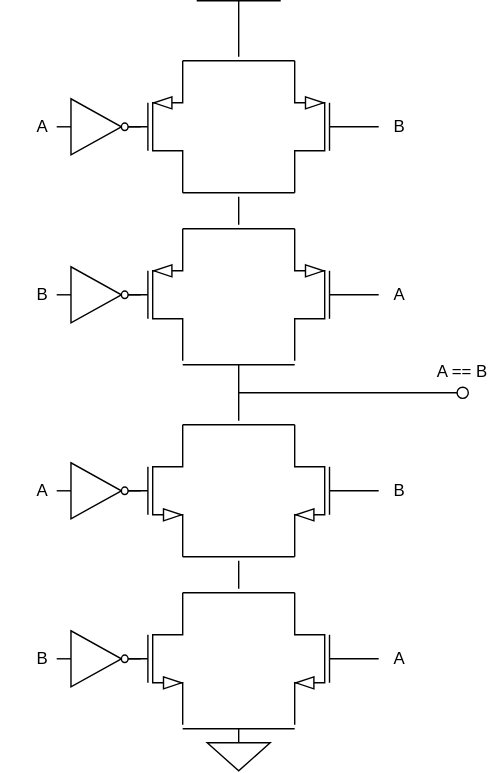
Earlier version of the draw.io export drawio/12_xnor.drawio.svg (cd-public/hw_asm). Source tidied: cells renumbered, new cells last; positions are measured from the earlier drawing's top-left corner, leaving out a move shared by most shapes. The source it was exported from:
```xml
<mxGraphModel>
  <root>
    <mxCell id="0" />
    <mxCell id="1" parent="0" />
    <mxCell id="2" style="verticalLabelPosition=bottom;shadow=0;dashed=0;align=center;html=1;verticalAlign=top;shape=mxgraph.electrical.transistors.nmos;" parent="1" vertex="1">
      <mxGeometry x="70" y="420" width="60" height="100" as="geometry" />
    </mxCell>
    <mxCell id="3" style="verticalLabelPosition=bottom;shadow=0;dashed=0;align=center;html=1;verticalAlign=top;shape=mxgraph.electrical.transistors.nmos;" parent="1" vertex="1">
      <mxGeometry x="70" y="300" width="60" height="100" as="geometry" />
    </mxCell>
    <mxCell id="4" style="verticalLabelPosition=top;verticalAlign=bottom;shape=mxgraph.electrical.signal_sources.vdd;shadow=0;dashed=0;align=center;strokeWidth=1;fontSize=24;html=1;flipV=1;legacyAnchorPoints=0;" parent="1" vertex="1">
      <mxGeometry x="140" width="60" height="40" as="geometry" />
    </mxCell>
    <mxCell id="5" style="verticalLabelPosition=bottom;shadow=0;dashed=0;align=center;html=1;verticalAlign=top;shape=mxgraph.electrical.transistors.pmos;" parent="1" vertex="1">
      <mxGeometry x="70" y="40" width="60" height="100" as="geometry" />
    </mxCell>
    <mxCell id="6" style="verticalLabelPosition=bottom;shadow=0;dashed=0;align=center;html=1;verticalAlign=top;shape=mxgraph.electrical.transistors.pmos;" parent="1" vertex="1">
      <mxGeometry x="70" y="160" width="60" height="100" as="geometry" />
    </mxCell>
    <mxCell id="7" style="verticalLabelPosition=bottom;shadow=0;dashed=0;align=center;html=1;verticalAlign=top;shape=mxgraph.electrical.transistors.pmos;flipH=1;legacyAnchorPoints=0;" parent="1" vertex="1">
      <mxGeometry x="210" y="40" width="60" height="100" as="geometry" />
    </mxCell>
    <mxCell id="8" style="verticalLabelPosition=bottom;shadow=0;dashed=0;align=center;html=1;verticalAlign=top;shape=mxgraph.electrical.transistors.pmos;flipH=1;legacyAnchorPoints=0;" parent="1" vertex="1">
      <mxGeometry x="210" y="160" width="60" height="100" as="geometry" />
    </mxCell>
    <mxCell id="9" style="verticalLabelPosition=bottom;shadow=0;dashed=0;align=center;html=1;verticalAlign=top;shape=mxgraph.electrical.logic_gates.inverter_2;" parent="1" vertex="1">
      <mxGeometry x="40" y="70" width="60" height="40" as="geometry" />
    </mxCell>
    <mxCell id="10" style="verticalLabelPosition=bottom;shadow=0;dashed=0;align=center;html=1;verticalAlign=top;shape=mxgraph.electrical.logic_gates.inverter_2;" parent="1" vertex="1">
      <mxGeometry x="40" y="190" width="60" height="40" as="geometry" />
    </mxCell>
    <mxCell id="11" style="endArrow=none;html=1;rounded=0;fontSize=12;startSize=8;endSize=8;curved=1;entryX=1;entryY=0;entryDx=0;entryDy=0;entryPerimeter=0;exitX=1;exitY=0;exitDx=0;exitDy=0;exitPerimeter=0;" parent="1" edge="1" source="5" target="7">
      <mxGeometry relative="1" as="geometry" />
    </mxCell>
    <mxCell id="12" value="A" style="text;html=1;whiteSpace=wrap;strokeColor=none;fillColor=none;align=center;verticalAlign=middle;rounded=0;" parent="1" vertex="1">
      <mxGeometry y="75" width="60" height="30" as="geometry" />
    </mxCell>
    <mxCell id="13" value="B" style="text;html=1;whiteSpace=wrap;strokeColor=none;fillColor=none;align=center;verticalAlign=middle;rounded=0;" parent="1" vertex="1">
      <mxGeometry y="195" width="60" height="30" as="geometry" />
    </mxCell>
    <mxCell id="14" value="A" style="text;html=1;whiteSpace=wrap;strokeColor=none;fillColor=none;align=center;verticalAlign=middle;rounded=0;" parent="1" vertex="1">
      <mxGeometry x="255" y="195" width="60" height="30" as="geometry" />
    </mxCell>
    <mxCell id="15" value="B" style="text;html=1;whiteSpace=wrap;strokeColor=none;fillColor=none;align=center;verticalAlign=middle;rounded=0;" parent="1" vertex="1">
      <mxGeometry x="255" y="75" width="60" height="30" as="geometry" />
    </mxCell>
    <mxCell id="16" style="endArrow=none;html=1;rounded=0;fontSize=12;startSize=8;endSize=8;curved=1;entryX=1;entryY=1;entryDx=0;entryDy=0;entryPerimeter=0;exitX=1;exitY=1;exitDx=0;exitDy=0;exitPerimeter=0;" parent="1" edge="1" source="5" target="7">
      <mxGeometry relative="1" as="geometry" />
    </mxCell>
    <mxCell id="17" style="endArrow=none;html=1;rounded=0;fontSize=12;startSize=8;endSize=8;curved=1;exitX=1;exitY=0;exitDx=0;exitDy=0;exitPerimeter=0;entryX=1;entryY=0;entryDx=0;entryDy=0;entryPerimeter=0;" parent="1" edge="1" source="6" target="8">
      <mxGeometry relative="1" as="geometry" />
    </mxCell>
    <mxCell id="18" style="endArrow=none;html=1;rounded=0;fontSize=12;startSize=8;endSize=8;curved=1;" parent="1" edge="1">
      <mxGeometry relative="1" as="geometry">
        <mxPoint x="170" y="160" as="sourcePoint" />
        <mxPoint x="170" y="140" as="targetPoint" />
      </mxGeometry>
    </mxCell>
    <mxCell id="19" style="endArrow=none;html=1;rounded=0;fontSize=12;startSize=8;endSize=8;curved=1;exitX=1;exitY=0;exitDx=0;exitDy=0;exitPerimeter=0;entryX=1;entryY=0;entryDx=0;entryDy=0;entryPerimeter=0;" parent="1" edge="1">
      <mxGeometry relative="1" as="geometry">
        <mxPoint x="130" y="260" as="sourcePoint" />
        <mxPoint x="210" y="260" as="targetPoint" />
      </mxGeometry>
    </mxCell>
    <mxCell id="20" style="verticalLabelPosition=bottom;shadow=0;dashed=0;align=center;html=1;verticalAlign=top;shape=mxgraph.electrical.logic_gates.inverter_2;" parent="1" vertex="1">
      <mxGeometry x="40" y="330" width="60" height="40" as="geometry" />
    </mxCell>
    <mxCell id="21" style="verticalLabelPosition=bottom;shadow=0;dashed=0;align=center;html=1;verticalAlign=top;shape=mxgraph.electrical.logic_gates.inverter_2;" parent="1" vertex="1">
      <mxGeometry x="40" y="450" width="60" height="40" as="geometry" />
    </mxCell>
    <mxCell id="22" style="endArrow=none;html=1;rounded=0;fontSize=12;startSize=8;endSize=8;curved=1;entryX=1;entryY=0;entryDx=0;entryDy=0;entryPerimeter=0;exitX=1;exitY=0;exitDx=0;exitDy=0;exitPerimeter=0;" parent="1" edge="1">
      <mxGeometry relative="1" as="geometry">
        <mxPoint x="130" y="302.9" as="sourcePoint" />
        <mxPoint x="210" y="302.9" as="targetPoint" />
      </mxGeometry>
    </mxCell>
    <mxCell id="23" value="A" style="text;html=1;whiteSpace=wrap;strokeColor=none;fillColor=none;align=center;verticalAlign=middle;rounded=0;" parent="1" vertex="1">
      <mxGeometry y="335" width="60" height="30" as="geometry" />
    </mxCell>
    <mxCell id="24" value="B" style="text;html=1;whiteSpace=wrap;strokeColor=none;fillColor=none;align=center;verticalAlign=middle;rounded=0;" parent="1" vertex="1">
      <mxGeometry y="455" width="60" height="30" as="geometry" />
    </mxCell>
    <mxCell id="25" value="A" style="text;html=1;whiteSpace=wrap;strokeColor=none;fillColor=none;align=center;verticalAlign=middle;rounded=0;" parent="1" vertex="1">
      <mxGeometry x="255" y="455" width="60" height="30" as="geometry" />
    </mxCell>
    <mxCell id="26" value="B" style="text;html=1;whiteSpace=wrap;strokeColor=none;fillColor=none;align=center;verticalAlign=middle;rounded=0;" parent="1" vertex="1">
      <mxGeometry x="255" y="335" width="60" height="30" as="geometry" />
    </mxCell>
    <mxCell id="27" style="endArrow=none;html=1;rounded=0;fontSize=12;startSize=8;endSize=8;curved=1;entryX=1;entryY=1;entryDx=0;entryDy=0;entryPerimeter=0;exitX=1;exitY=1;exitDx=0;exitDy=0;exitPerimeter=0;" parent="1" edge="1">
      <mxGeometry relative="1" as="geometry">
        <mxPoint x="130" y="397.1" as="sourcePoint" />
        <mxPoint x="210" y="397.1" as="targetPoint" />
      </mxGeometry>
    </mxCell>
    <mxCell id="28" style="endArrow=none;html=1;rounded=0;fontSize=12;startSize=8;endSize=8;curved=1;exitX=1;exitY=0;exitDx=0;exitDy=0;exitPerimeter=0;entryX=1;entryY=0;entryDx=0;entryDy=0;entryPerimeter=0;" parent="1" edge="1">
      <mxGeometry relative="1" as="geometry">
        <mxPoint x="130" y="422.9" as="sourcePoint" />
        <mxPoint x="210" y="422.9" as="targetPoint" />
      </mxGeometry>
    </mxCell>
    <mxCell id="29" style="endArrow=none;html=1;rounded=0;fontSize=12;startSize=8;endSize=8;curved=1;" parent="1" edge="1">
      <mxGeometry relative="1" as="geometry">
        <mxPoint x="170" y="420" as="sourcePoint" />
        <mxPoint x="170" y="400" as="targetPoint" />
      </mxGeometry>
    </mxCell>
    <mxCell id="30" style="endArrow=none;html=1;rounded=0;fontSize=12;startSize=8;endSize=8;curved=1;exitX=1;exitY=0;exitDx=0;exitDy=0;exitPerimeter=0;entryX=1;entryY=0;entryDx=0;entryDy=0;entryPerimeter=0;" parent="1" edge="1">
      <mxGeometry relative="1" as="geometry">
        <mxPoint x="130" y="520" as="sourcePoint" />
        <mxPoint x="210" y="520" as="targetPoint" />
      </mxGeometry>
    </mxCell>
    <mxCell id="31" style="verticalLabelPosition=bottom;shadow=0;dashed=0;align=center;html=1;verticalAlign=top;shape=mxgraph.electrical.signal_sources.signal_ground;" parent="1" vertex="1">
      <mxGeometry x="147.5" y="520" width="45" height="30" as="geometry" />
    </mxCell>
    <mxCell id="32" style="verticalLabelPosition=bottom;shadow=0;dashed=0;align=center;html=1;verticalAlign=top;shape=mxgraph.electrical.transistors.nmos;flipH=1;legacyAnchorPoints=0;" parent="1" vertex="1">
      <mxGeometry x="210" y="300" width="60" height="100" as="geometry" />
    </mxCell>
    <mxCell id="33" style="verticalLabelPosition=bottom;shadow=0;dashed=0;align=center;html=1;verticalAlign=top;shape=mxgraph.electrical.transistors.nmos;flipH=1;legacyAnchorPoints=0;" parent="1" vertex="1">
      <mxGeometry x="210" y="420" width="60" height="100" as="geometry" />
    </mxCell>
    <mxCell id="34" style="endArrow=none;html=1;rounded=0;fontSize=12;startSize=8;endSize=8;curved=1;" parent="1" edge="1">
      <mxGeometry relative="1" as="geometry">
        <mxPoint x="170" y="300" as="sourcePoint" />
        <mxPoint x="170" y="260" as="targetPoint" />
      </mxGeometry>
    </mxCell>
    <mxCell id="35" style="endArrow=none;html=1;rounded=0;fontSize=12;startSize=8;endSize=8;curved=1;startArrow=oval;startFill=0;" parent="1" edge="1">
      <mxGeometry relative="1" as="geometry">
        <mxPoint x="330" y="280" as="sourcePoint" />
        <mxPoint x="170" y="280" as="targetPoint" />
      </mxGeometry>
    </mxCell>
    <mxCell id="36" value="A == B" style="text;html=1;whiteSpace=wrap;strokeColor=none;fillColor=none;align=center;verticalAlign=middle;rounded=0;" parent="1" vertex="1">
      <mxGeometry x="300" y="250" width="60" height="30" as="geometry" />
    </mxCell>
  </root>
</mxGraphModel>
```
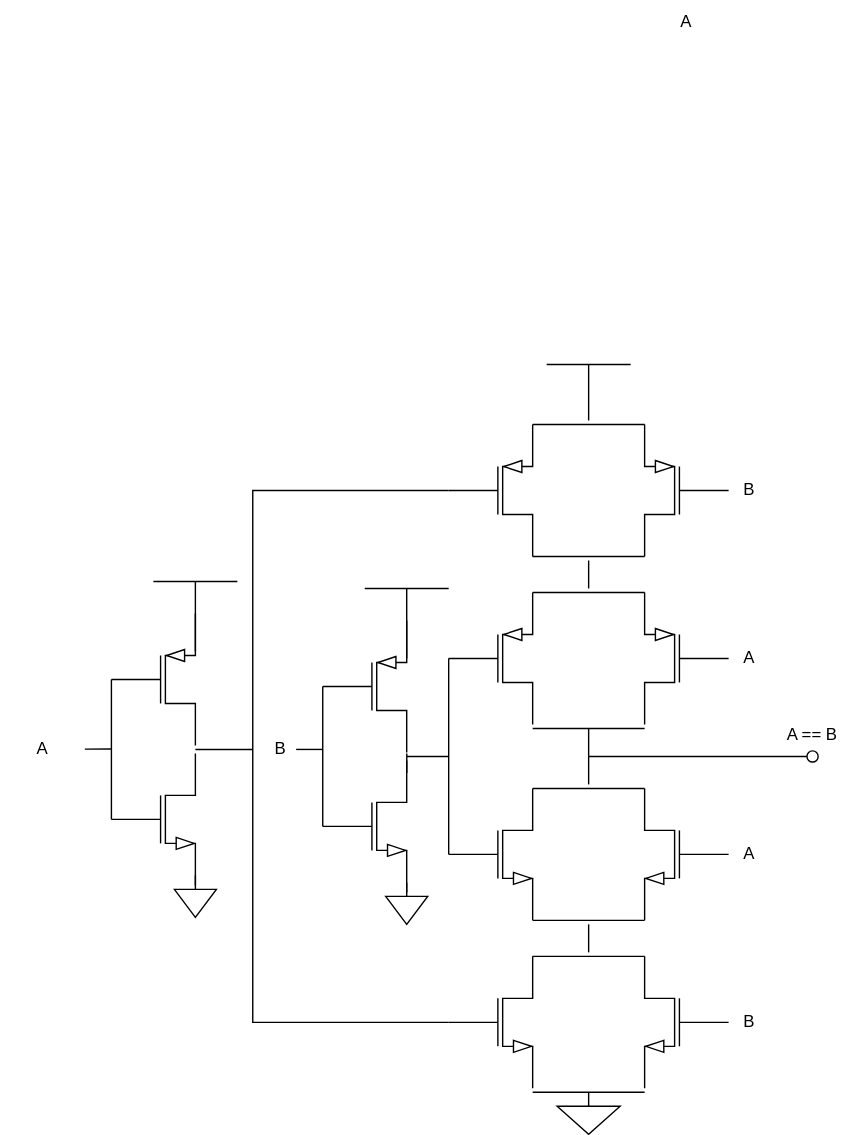
After the change.

Change to the diagram source:
```diff
@@ -23,21 +23,12 @@
     <mxCell id="8" style="verticalLabelPosition=bottom;shadow=0;dashed=0;align=center;html=1;verticalAlign=top;shape=mxgraph.electrical.transistors.pmos;flipH=1;legacyAnchorPoints=0;" parent="1" vertex="1">
       <mxGeometry x="210" y="160" width="60" height="100" as="geometry" />
     </mxCell>
-    <mxCell id="9" style="verticalLabelPosition=bottom;shadow=0;dashed=0;align=center;html=1;verticalAlign=top;shape=mxgraph.electrical.logic_gates.inverter_2;" parent="1" vertex="1">
-      <mxGeometry x="40" y="70" width="60" height="40" as="geometry" />
-    </mxCell>
-    <mxCell id="10" style="verticalLabelPosition=bottom;shadow=0;dashed=0;align=center;html=1;verticalAlign=top;shape=mxgraph.electrical.logic_gates.inverter_2;" parent="1" vertex="1">
-      <mxGeometry x="40" y="190" width="60" height="40" as="geometry" />
-    </mxCell>
     <mxCell id="11" style="endArrow=none;html=1;rounded=0;fontSize=12;startSize=8;endSize=8;curved=1;entryX=1;entryY=0;entryDx=0;entryDy=0;entryPerimeter=0;exitX=1;exitY=0;exitDx=0;exitDy=0;exitPerimeter=0;" parent="1" edge="1" source="5" target="7">
       <mxGeometry relative="1" as="geometry" />
     </mxCell>
     <mxCell id="12" value="A" style="text;html=1;whiteSpace=wrap;strokeColor=none;fillColor=none;align=center;verticalAlign=middle;rounded=0;" parent="1" vertex="1">
-      <mxGeometry y="75" width="60" height="30" as="geometry" />
+      <mxGeometry x="-250" y="260" width="60" height="30" as="geometry" />
     </mxCell>
-    <mxCell id="13" value="B" style="text;html=1;whiteSpace=wrap;strokeColor=none;fillColor=none;align=center;verticalAlign=middle;rounded=0;" parent="1" vertex="1">
-      <mxGeometry y="195" width="60" height="30" as="geometry" />
-    </mxCell>
     <mxCell id="14" value="A" style="text;html=1;whiteSpace=wrap;strokeColor=none;fillColor=none;align=center;verticalAlign=middle;rounded=0;" parent="1" vertex="1">
       <mxGeometry x="255" y="195" width="60" height="30" as="geometry" />
     </mxCell>
@@ -62,28 +53,19 @@
         <mxPoint x="210" y="260" as="targetPoint" />
       </mxGeometry>
     </mxCell>
-    <mxCell id="20" style="verticalLabelPosition=bottom;shadow=0;dashed=0;align=center;html=1;verticalAlign=top;shape=mxgraph.electrical.logic_gates.inverter_2;" parent="1" vertex="1">
-      <mxGeometry x="40" y="330" width="60" height="40" as="geometry" />
-    </mxCell>
-    <mxCell id="21" style="verticalLabelPosition=bottom;shadow=0;dashed=0;align=center;html=1;verticalAlign=top;shape=mxgraph.electrical.logic_gates.inverter_2;" parent="1" vertex="1">
-      <mxGeometry x="40" y="450" width="60" height="40" as="geometry" />
-    </mxCell>
     <mxCell id="22" style="endArrow=none;html=1;rounded=0;fontSize=12;startSize=8;endSize=8;curved=1;entryX=1;entryY=0;entryDx=0;entryDy=0;entryPerimeter=0;exitX=1;exitY=0;exitDx=0;exitDy=0;exitPerimeter=0;" parent="1" edge="1">
       <mxGeometry relative="1" as="geometry">
         <mxPoint x="130" y="302.9" as="sourcePoint" />
         <mxPoint x="210" y="302.9" as="targetPoint" />
       </mxGeometry>
     </mxCell>
-    <mxCell id="23" value="A" style="text;html=1;whiteSpace=wrap;strokeColor=none;fillColor=none;align=center;verticalAlign=middle;rounded=0;" parent="1" vertex="1">
-      <mxGeometry y="335" width="60" height="30" as="geometry" />
+    <mxCell id="23" value="B" style="text;html=1;whiteSpace=wrap;strokeColor=none;fillColor=none;align=center;verticalAlign=middle;rounded=0;" parent="1" vertex="1">
+      <mxGeometry x="-80" y="260" width="60" height="30" as="geometry" />
     </mxCell>
-    <mxCell id="24" value="B" style="text;html=1;whiteSpace=wrap;strokeColor=none;fillColor=none;align=center;verticalAlign=middle;rounded=0;" parent="1" vertex="1">
-      <mxGeometry y="455" width="60" height="30" as="geometry" />
-    </mxCell>
-    <mxCell id="25" value="A" style="text;html=1;whiteSpace=wrap;strokeColor=none;fillColor=none;align=center;verticalAlign=middle;rounded=0;" parent="1" vertex="1">
+    <mxCell id="25" value="B" style="text;html=1;whiteSpace=wrap;strokeColor=none;fillColor=none;align=center;verticalAlign=middle;rounded=0;" parent="1" vertex="1">
       <mxGeometry x="255" y="455" width="60" height="30" as="geometry" />
     </mxCell>
-    <mxCell id="26" value="B" style="text;html=1;whiteSpace=wrap;strokeColor=none;fillColor=none;align=center;verticalAlign=middle;rounded=0;" parent="1" vertex="1">
+    <mxCell id="26" value="A" style="text;html=1;whiteSpace=wrap;strokeColor=none;fillColor=none;align=center;verticalAlign=middle;rounded=0;" parent="1" vertex="1">
       <mxGeometry x="255" y="335" width="60" height="30" as="geometry" />
     </mxCell>
     <mxCell id="27" style="endArrow=none;html=1;rounded=0;fontSize=12;startSize=8;endSize=8;curved=1;entryX=1;entryY=1;entryDx=0;entryDy=0;entryPerimeter=0;exitX=1;exitY=1;exitDx=0;exitDy=0;exitPerimeter=0;" parent="1" edge="1">
@@ -134,5 +116,79 @@
     <mxCell id="36" value="A == B" style="text;html=1;whiteSpace=wrap;strokeColor=none;fillColor=none;align=center;verticalAlign=middle;rounded=0;" parent="1" vertex="1">
       <mxGeometry x="300" y="250" width="60" height="30" as="geometry" />
     </mxCell>
+    <mxCell id="37" style="verticalLabelPosition=bottom;shadow=0;dashed=0;align=center;html=1;verticalAlign=top;shape=mxgraph.electrical.transistors.nmos;labelPerimeter=1;" parent="1" vertex="1">
+      <mxGeometry x="-20" y="280" width="60" height="100" as="geometry" />
+    </mxCell>
+    <mxCell id="38" style="endArrow=none;html=1;rounded=0;defaultLabelBackgroundColor=gap;entryX=0;entryY=0.5;entryDx=0;entryDy=0;entryPerimeter=0;exitX=0;exitY=0.5;exitDx=0;exitDy=0;exitPerimeter=0;" parent="1" edge="1" source="41" target="37">
+      <mxGeometry relative="1" as="geometry" />
+    </mxCell>
+    <mxCell id="39" value="A" style="text;html=1;whiteSpace=wrap;strokeColor=none;fillColor=none;align=center;verticalAlign=middle;rounded=0;" parent="1" vertex="1">
+      <mxGeometry x="210" y="-260" width="60" height="30" as="geometry" />
+    </mxCell>
+    <mxCell id="40" style="verticalLabelPosition=bottom;shadow=0;dashed=0;align=center;html=1;verticalAlign=top;shape=mxgraph.electrical.signal_sources.signal_ground;labelPerimeter=1;" parent="1" vertex="1">
+      <mxGeometry x="25" y="370" width="30" height="30" as="geometry" />
+    </mxCell>
+    <mxCell id="41" style="verticalLabelPosition=bottom;shadow=0;dashed=0;align=center;html=1;verticalAlign=top;shape=mxgraph.electrical.transistors.pmos;labelPerimeter=1;" parent="1" vertex="1">
+      <mxGeometry x="-20" y="180" width="60" height="100" as="geometry" />
+    </mxCell>
+    <mxCell id="42" style="endArrow=none;html=1;rounded=0;defaultLabelBackgroundColor=gap;entryX=1.001;entryY=1.009;entryDx=0;entryDy=0;entryPerimeter=0;exitX=1.001;exitY=0.095;exitDx=0;exitDy=0;exitPerimeter=0;" parent="1" edge="1" source="37" target="41">
+      <mxGeometry relative="1" as="geometry" />
+    </mxCell>
+    <mxCell id="43" style="endArrow=none;html=1;rounded=0;fontSize=12;startSize=8;endSize=8;curved=1;entryX=0;entryY=0.5;entryDx=0;entryDy=0;entryPerimeter=0;exitX=0;exitY=0.5;exitDx=0;exitDy=0;exitPerimeter=0;" parent="1" edge="1" source="3" target="6">
+      <mxGeometry relative="1" as="geometry" />
+    </mxCell>
+    <mxCell id="44" style="endArrow=none;html=1;rounded=0;fontSize=12;startSize=8;endSize=8;curved=1;" parent="1" edge="1">
+      <mxGeometry relative="1" as="geometry">
+        <mxPoint x="40" y="280" as="sourcePoint" />
+        <mxPoint x="70" y="280" as="targetPoint" />
+      </mxGeometry>
+    </mxCell>
+    <mxCell id="45" style="endArrow=none;html=1;rounded=0;defaultLabelBackgroundColor=gap;exitX=1;exitY=0.288;exitDx=0;exitDy=0;exitPerimeter=0;" parent="1" edge="1" source="41" target="46">
+      <mxGeometry relative="1" as="geometry" />
+    </mxCell>
+    <mxCell id="46" style="verticalLabelPosition=top;verticalAlign=bottom;shape=mxgraph.electrical.signal_sources.vdd;shadow=0;dashed=0;align=center;strokeWidth=1;fontSize=24;html=1;flipV=1;legacyAnchorPoints=0;" parent="1" vertex="1">
+      <mxGeometry x="10" y="160" width="60" height="40" as="geometry" />
+    </mxCell>
+    <mxCell id="47" style="verticalLabelPosition=bottom;shadow=0;dashed=0;align=center;html=1;verticalAlign=top;shape=mxgraph.electrical.transistors.nmos;labelPerimeter=1;" parent="1" vertex="1">
+      <mxGeometry x="-171" y="275" width="60" height="100" as="geometry" />
+    </mxCell>
+    <mxCell id="48" style="endArrow=none;html=1;rounded=0;defaultLabelBackgroundColor=gap;entryX=0;entryY=0.5;entryDx=0;entryDy=0;entryPerimeter=0;exitX=0;exitY=0.5;exitDx=0;exitDy=0;exitPerimeter=0;" parent="1" edge="1" source="50" target="47">
+      <mxGeometry relative="1" as="geometry" />
+    </mxCell>
+    <mxCell id="49" style="verticalLabelPosition=bottom;shadow=0;dashed=0;align=center;html=1;verticalAlign=top;shape=mxgraph.electrical.signal_sources.signal_ground;labelPerimeter=1;" parent="1" vertex="1">
+      <mxGeometry x="-126" y="365" width="30" height="30" as="geometry" />
+    </mxCell>
+    <mxCell id="50" style="verticalLabelPosition=bottom;shadow=0;dashed=0;align=center;html=1;verticalAlign=top;shape=mxgraph.electrical.transistors.pmos;labelPerimeter=1;" parent="1" vertex="1">
+      <mxGeometry x="-171" y="175" width="60" height="100" as="geometry" />
+    </mxCell>
+    <mxCell id="51" style="endArrow=none;html=1;rounded=0;defaultLabelBackgroundColor=gap;exitX=-0.006;exitY=1.027;exitDx=0;exitDy=0;exitPerimeter=0;" parent="1" edge="1" source="50" target="12">
+      <mxGeometry relative="1" as="geometry" />
+    </mxCell>
+    <mxCell id="52" style="endArrow=none;html=1;rounded=0;fontSize=12;startSize=8;endSize=8;curved=0;exitX=0;exitY=0.5;exitDx=0;exitDy=0;exitPerimeter=0;entryX=0;entryY=0.5;entryDx=0;entryDy=0;entryPerimeter=0;" parent="1" edge="1" source="2" target="5">
+      <mxGeometry relative="1" as="geometry">
+        <Array as="points">
+          <mxPoint x="-70" y="470" />
+          <mxPoint x="-70" y="90" />
+        </Array>
+      </mxGeometry>
+    </mxCell>
+    <mxCell id="53" style="endArrow=none;html=1;rounded=0;fontSize=12;startSize=8;endSize=8;curved=1;" parent="1" edge="1">
+      <mxGeometry relative="1" as="geometry">
+        <mxPoint x="-111" y="275" as="sourcePoint" />
+        <mxPoint x="-70" y="275" as="targetPoint" />
+      </mxGeometry>
+    </mxCell>
+    <mxCell id="54" style="endArrow=none;html=1;rounded=0;defaultLabelBackgroundColor=gap;exitX=1;exitY=0.288;exitDx=0;exitDy=0;exitPerimeter=0;" parent="1" edge="1" source="50" target="55">
+      <mxGeometry relative="1" as="geometry" />
+    </mxCell>
+    <mxCell id="55" style="verticalLabelPosition=top;verticalAlign=bottom;shape=mxgraph.electrical.signal_sources.vdd;shadow=0;dashed=0;align=center;strokeWidth=1;fontSize=24;html=1;flipV=1;legacyAnchorPoints=0;" parent="1" vertex="1">
+      <mxGeometry x="-141" y="155" width="60" height="40" as="geometry" />
+    </mxCell>
+    <mxCell id="56" style="endArrow=none;html=1;rounded=0;defaultLabelBackgroundColor=gap;exitX=-0.006;exitY=1.027;exitDx=0;exitDy=0;exitPerimeter=0;" parent="1" edge="1">
+      <mxGeometry relative="1" as="geometry">
+        <mxPoint x="-20" y="275" as="sourcePoint" />
+        <mxPoint x="-39" y="275" as="targetPoint" />
+      </mxGeometry>
+    </mxCell>
   </root>
 </mxGraphModel>
```
